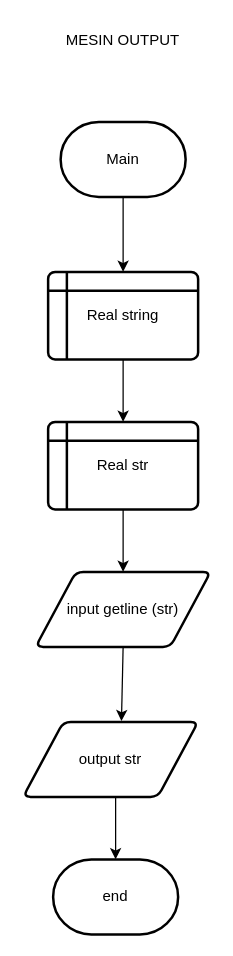
hanrizki/DDP-MI-23 keeps this draw.io diagram as 02 Masukan dan Keluaran/farhan_flowchart_2.drawio. Above is the earlier version. Source tidied: cells renumbered, new cells numbered last; positions are measured from the earlier drawing's top-left corner, leaving out a move shared by most shapes. Both pictures are drawn from the tidied source at 125%, with x=0, y=0 at pixel (22, 21).
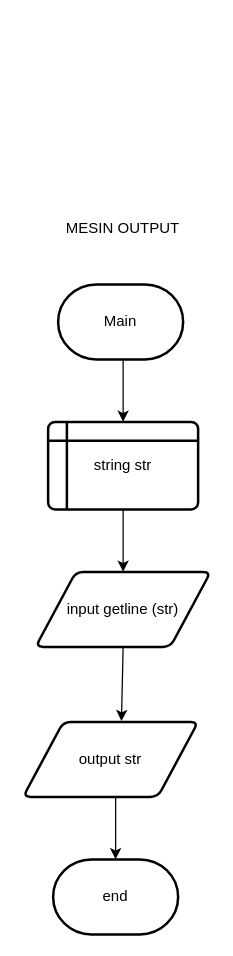
After the change.

Diff of the diagram source:
```diff
@@
 <mxGraphModel>
   <root>
     <mxCell id="0" />
     <mxCell id="1" parent="0" />
     <mxCell id="2" value="Main" style="strokeWidth=2;html=1;shape=mxgraph.flowchart.terminator;whiteSpace=wrap;" parent="1" vertex="1">
-      <mxGeometry x="30" y="80" width="100" height="60" as="geometry" />
+      <mxGeometry x="28" y="210" width="100" height="60" as="geometry" />
     </mxCell>
-    <mxCell id="3" value="Real string" style="shape=internalStorage;whiteSpace=wrap;html=1;dx=15;dy=15;rounded=1;arcSize=8;strokeWidth=2;" parent="1" vertex="1">
-      <mxGeometry x="20" y="200" width="120" height="70" as="geometry" />
-    </mxCell>
-    <mxCell id="4" style="endArrow=classic;html=1;rounded=0;entryX=0.5;entryY=0;entryDx=0;entryDy=0;" parent="1" edge="1" source="2" target="3">
-      <mxGeometry relative="1" as="geometry" />
-    </mxCell>
-    <mxCell id="5" value="Real str" style="shape=internalStorage;whiteSpace=wrap;html=1;dx=15;dy=15;rounded=1;arcSize=8;strokeWidth=2;" parent="1" vertex="1">
+    <mxCell id="5" value="string str" style="shape=internalStorage;whiteSpace=wrap;html=1;dx=15;dy=15;rounded=1;arcSize=8;strokeWidth=2;" parent="1" vertex="1">
       <mxGeometry x="20" y="320" width="120" height="70" as="geometry" />
     </mxCell>
-    <mxCell id="6" style="endArrow=classic;html=1;rounded=0;exitX=0.5;exitY=1;exitDx=0;exitDy=0;entryX=0.5;entryY=0;entryDx=0;entryDy=0;" parent="1" edge="1" source="3" target="5">
-      <mxGeometry relative="1" as="geometry" />
+    <mxCell id="6" style="endArrow=classic;html=1;rounded=0;exitX=0.5;exitY=1;exitDx=0;exitDy=0;entryX=0.5;entryY=0;entryDx=0;entryDy=0;" parent="1" edge="1" target="5">
+      <mxGeometry relative="1" as="geometry">
+        <mxPoint x="80" y="270" as="sourcePoint" />
+      </mxGeometry>
     </mxCell>
     <mxCell id="7" value="input getline (str)" style="shape=parallelogram;html=1;strokeWidth=2;perimeter=parallelogramPerimeter;whiteSpace=wrap;rounded=1;arcSize=12;size=0.23;" parent="1" vertex="1">
       <mxGeometry x="10" y="440" width="140" height="60" as="geometry" />
     </mxCell>
     <mxCell id="8" value="output str" style="shape=parallelogram;html=1;strokeWidth=2;perimeter=parallelogramPerimeter;whiteSpace=wrap;rounded=1;arcSize=12;size=0.23;" parent="1" vertex="1">
       <mxGeometry y="560" width="140" height="60" as="geometry" />
     </mxCell>
     <mxCell id="9" value="end" style="strokeWidth=2;html=1;shape=mxgraph.flowchart.terminator;whiteSpace=wrap;" parent="1" vertex="1">
       <mxGeometry x="24" y="670" width="100" height="60" as="geometry" />
     </mxCell>
     <mxCell id="10" style="endArrow=classic;html=1;rounded=0;exitX=0.5;exitY=1;exitDx=0;exitDy=0;entryX=0.5;entryY=0;entryDx=0;entryDy=0;" parent="1" edge="1" source="5" target="7">
       <mxGeometry relative="1" as="geometry" />
     </mxCell>
     <mxCell id="11" style="endArrow=classic;html=1;rounded=0;exitX=0.5;exitY=1;exitDx=0;exitDy=0;entryX=0.562;entryY=-0.011;entryDx=0;entryDy=0;entryPerimeter=0;" parent="1" edge="1" source="7" target="8">
       <mxGeometry relative="1" as="geometry" />
     </mxCell>
     <mxCell id="12" style="endArrow=classic;html=1;rounded=0;entryX=0.5;entryY=0;entryDx=0;entryDy=0;entryPerimeter=0;" parent="1" edge="1" target="9">
       <mxGeometry relative="1" as="geometry">
         <mxPoint x="74" y="620" as="sourcePoint" />
       </mxGeometry>
     </mxCell>
     <mxCell id="13" value="MESIN OUTPUT" style="text;html=1;strokeColor=none;fillColor=none;align=center;verticalAlign=middle;whiteSpace=wrap;rounded=0;" parent="1" vertex="1">
-      <mxGeometry x="10" width="140" height="30" as="geometry" />
+      <mxGeometry x="10" y="150" width="140" height="30" as="geometry" />
     </mxCell>
   </root>
 </mxGraphModel>
```
